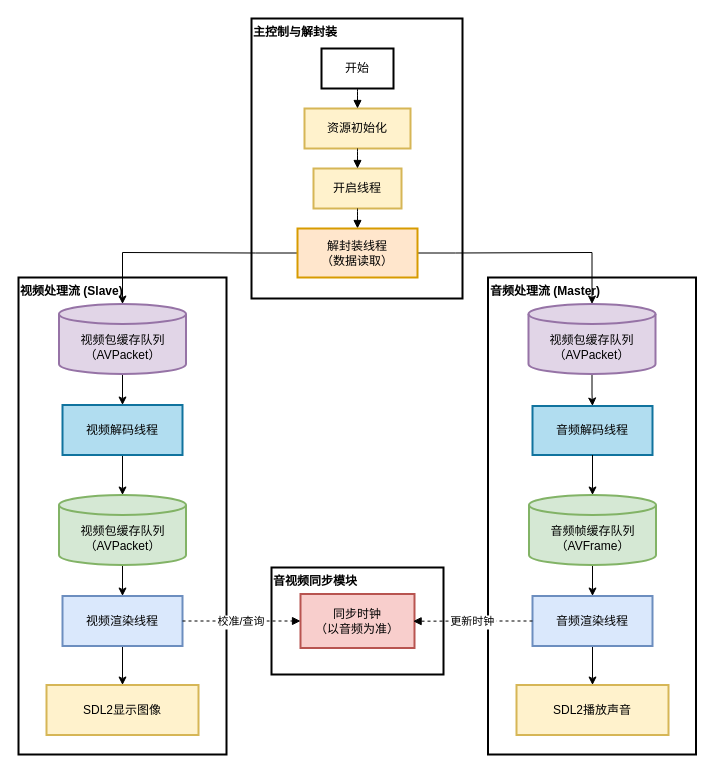
Earlier version of the draw.io diagram docs/assets/pic2-basic_architecture.drawio (Ko-vey/SDLplayerCore). Source tidied: cells renumbered, new cells numbered last; positions are measured from the earlier drawing's top-left corner, leaving out a move shared by most shapes. Both pictures are drawn from the tidied source at 100%, with x=0, y=0 at pixel (18, 18).
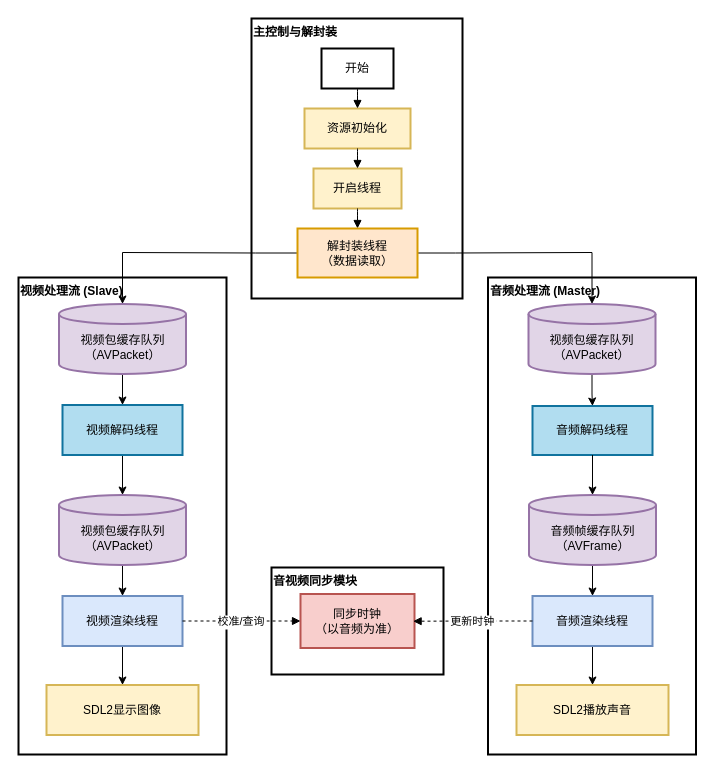
The same page after the edit.

Commit message (it also covers changes not shown here):
更新基础架构图

Change to the diagram source:
```diff
@@
-    <mxCell id="21" value="视频包缓存队列&#10;（AVPacket）" style="shape=cylinder3;boundedLbl=1;backgroundOutline=1;size=10;strokeWidth=2;whiteSpace=wrap;fillColor=#d5e8d4;strokeColor=#82b366;" parent="1" vertex="1">
+    <mxCell id="21" value="视频包缓存队列&#10;（AVPacket）" style="shape=cylinder3;boundedLbl=1;backgroundOutline=1;size=10;strokeWidth=2;whiteSpace=wrap;fillColor=#e1d5e7;strokeColor=#9673a6;" parent="1" vertex="1">
       <mxGeometry x="40.5" y="476.5" width="127" height="70" as="geometry" />
     </mxCell>
@@
-    <mxCell id="26" value="音频帧缓存队列&#10;（AVFrame）" style="shape=cylinder3;boundedLbl=1;backgroundOutline=1;size=10;strokeWidth=2;whiteSpace=wrap;fillColor=#d5e8d4;strokeColor=#82b366;" parent="1" vertex="1">
+    <mxCell id="26" value="音频帧缓存队列&#10;（AVFrame）" style="shape=cylinder3;boundedLbl=1;backgroundOutline=1;size=10;strokeWidth=2;whiteSpace=wrap;fillColor=#e1d5e7;strokeColor=#9673a6;" parent="1" vertex="1">
       <mxGeometry x="510.5" y="476.5" width="127" height="70" as="geometry" />
     </mxCell>
```
